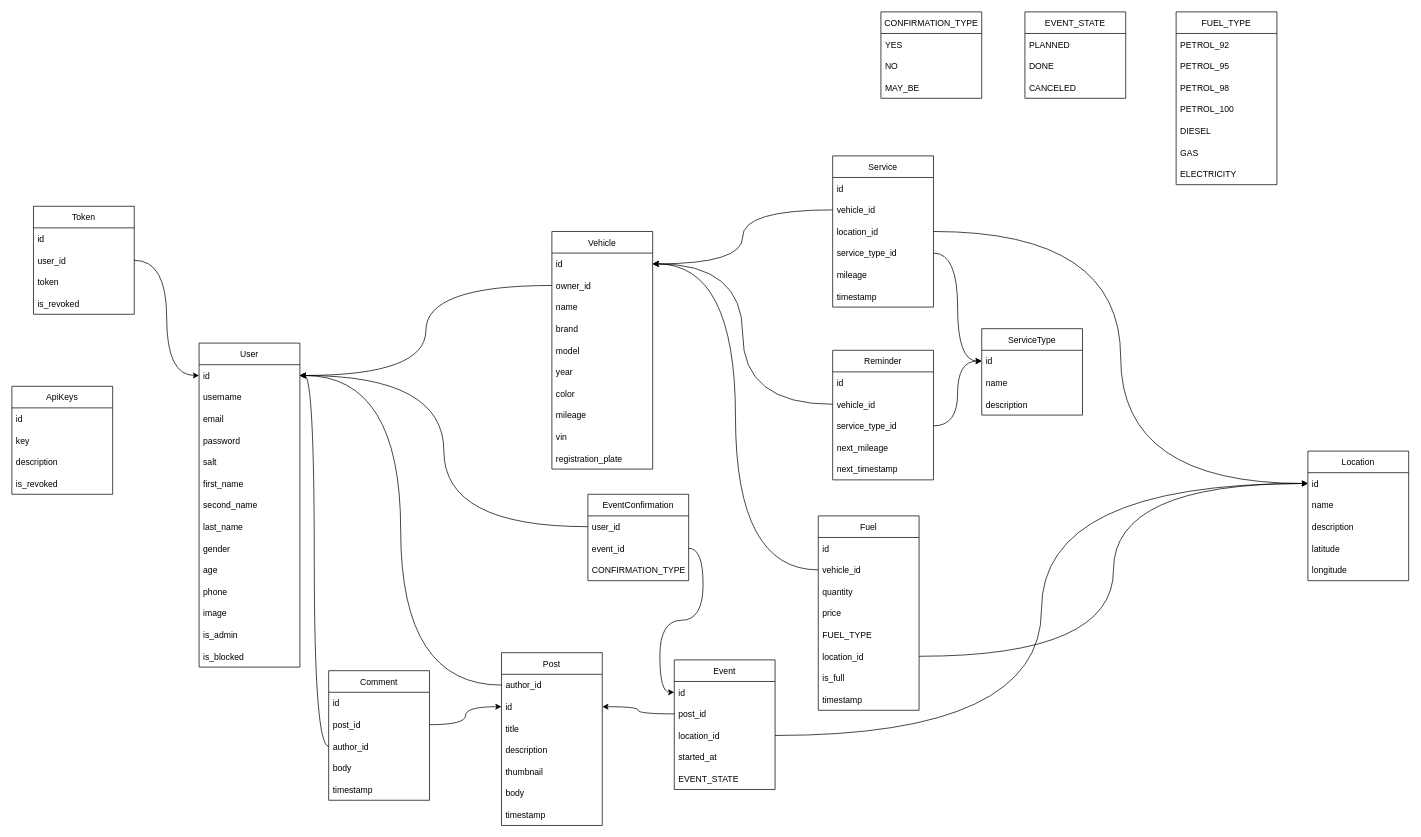
Above: page "Page-1" (1 of 2) of schema.drawio in jadjer/mores (draw.io), before the change. Source tidied: cells renumbered, new cells numbered last; positions are measured from the earlier drawing's top-left corner, leaving out a move shared by most shapes. Both pictures are drawn from the tidied source at 72%, with x=0, y=0 at pixel (12, 12).
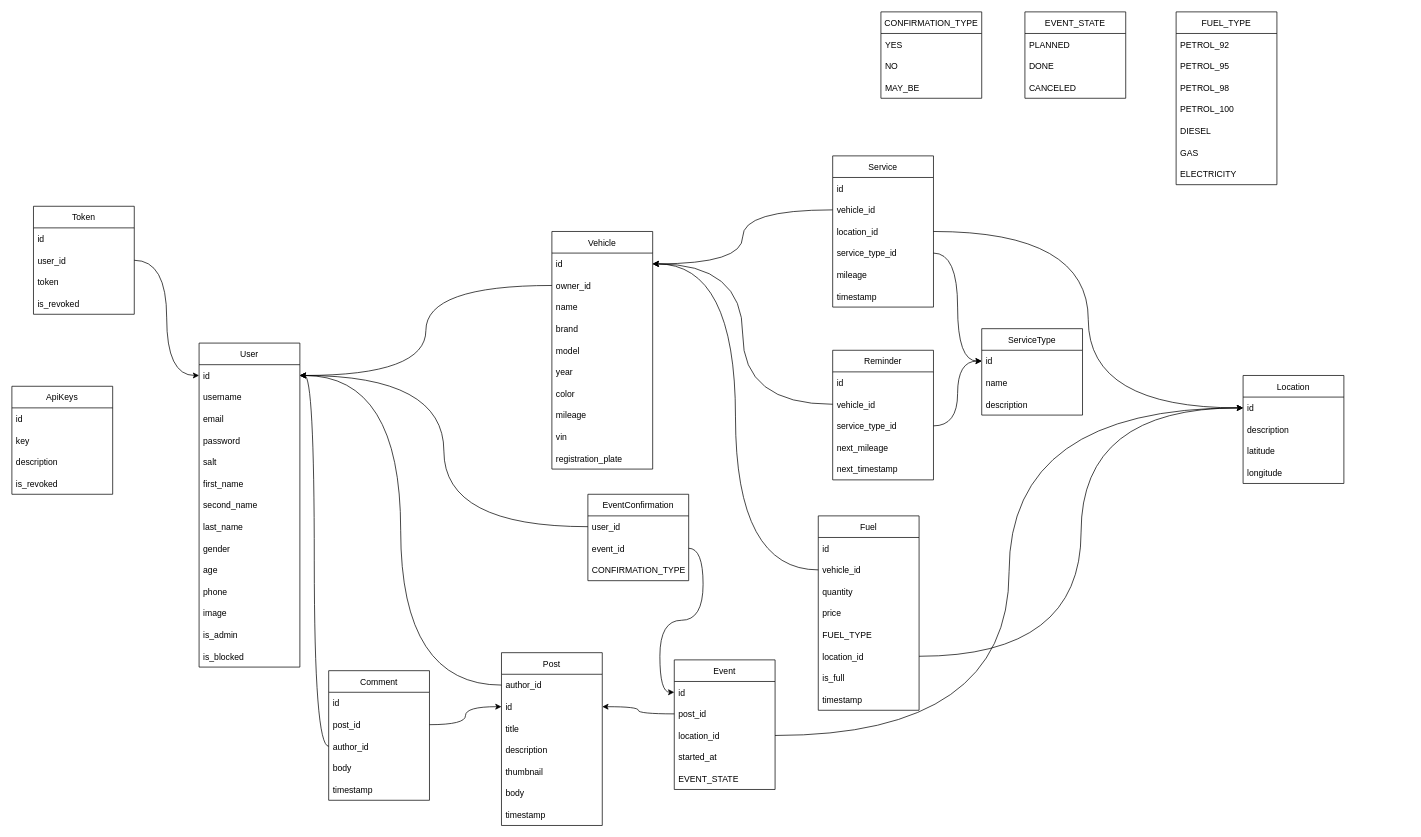
Above is the later version.

Change to the diagram source:
```diff
@@
     <mxCell id="49" value="Location" style="swimlane;fontStyle=0;horizontal=1;startSize=30;" parent="1" vertex="1">
-      <mxGeometry x="1800" y="610" width="140" height="180" as="geometry" />
+      <mxGeometry x="1710" y="505" width="140" height="150" as="geometry" />
     </mxCell>
@@
-    <mxCell id="51" value="name" style="text;strokeColor=none;fillColor=none;align=left;verticalAlign=middle;spacingLeft=4;spacingRight=4;overflow=hidden;" parent="49" vertex="1">
-      <mxGeometry y="60" width="140" height="30" as="geometry" />
-    </mxCell>
     <mxCell id="52" value="description" style="text;strokeColor=none;fillColor=none;align=left;verticalAlign=middle;spacingLeft=4;spacingRight=4;overflow=hidden;" parent="49" vertex="1">
-      <mxGeometry y="90" width="140" height="30" as="geometry" />
+      <mxGeometry y="60" width="140" height="30" as="geometry" />
     </mxCell>
     <mxCell id="53" value="latitude" style="text;strokeColor=none;fillColor=none;align=left;verticalAlign=middle;spacingLeft=4;spacingRight=4;overflow=hidden;" parent="49" vertex="1">
-      <mxGeometry y="120" width="140" height="30" as="geometry" />
+      <mxGeometry y="90" width="140" height="30" as="geometry" />
     </mxCell>
     <mxCell id="54" value="longitude" style="text;strokeColor=none;fillColor=none;align=left;verticalAlign=middle;spacingLeft=4;spacingRight=4;overflow=hidden;" parent="49" vertex="1">
-      <mxGeometry y="150" width="140" height="30" as="geometry" />
+      <mxGeometry y="120" width="140" height="30" as="geometry" />
     </mxCell>
```
